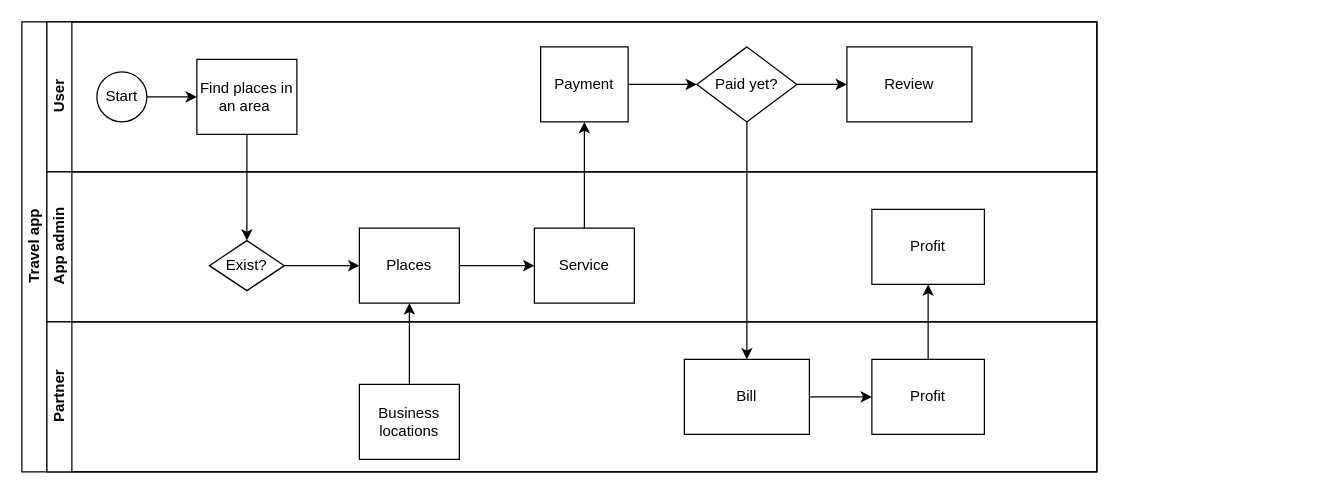
KienKhongMuonCode/PRJ301-MyAssignment keeps this draw.io diagram as MyProject/Untitled Diagram.drawio. Above is the earlier version. Source tidied: cells renumbered, new cells numbered last; positions are measured from the earlier drawing's top-left corner, leaving out a move shared by most shapes. Both pictures are drawn from the tidied source at 125%, with x=0, y=0 at pixel (21, 21).
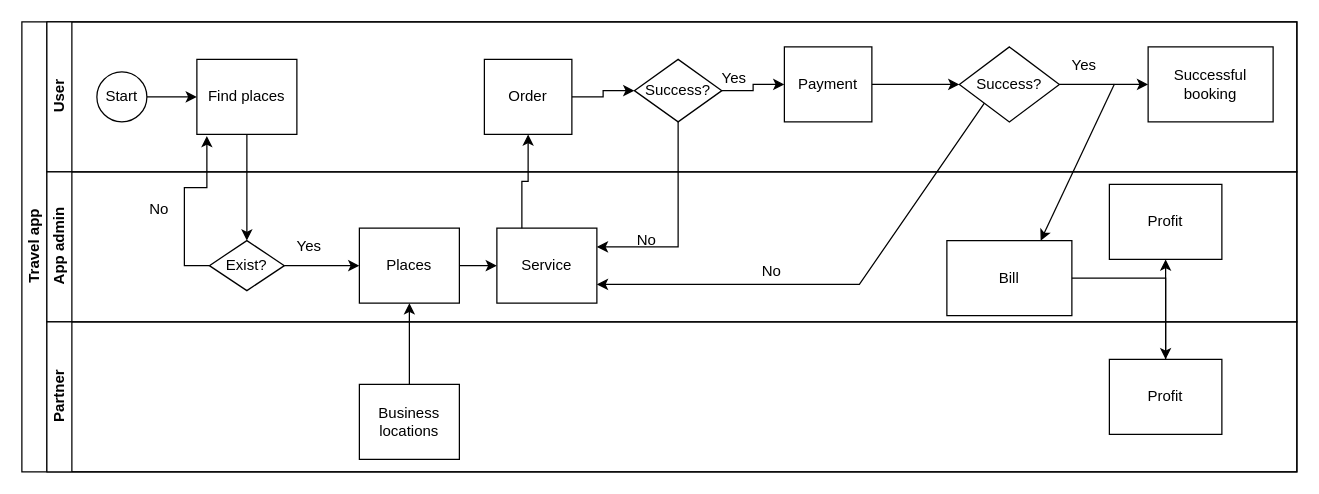
The same diagram, later.

Unchanged cells that the change refers to:
```xml
<mxCell id="19" value="Exist?" style="rhombus;whiteSpace=wrap;html=1;" parent="14" vertex="1">
  <mxGeometry x="130" y="55" width="60" height="40" as="geometry" />
</mxCell>
```

Diff of the diagram source:
```diff
@@
     <mxCell id="2" value="Travel app" style="swimlane;html=1;horizontal=0;startSize=20;" parent="1" vertex="1">
-      <mxGeometry width="860" height="360" as="geometry" />
+      <mxGeometry width="1020" height="360" as="geometry" />
     </mxCell>
     <mxCell id="3" value="User" style="swimlane;html=1;startSize=20;horizontal=0;" parent="2" vertex="1">
-      <mxGeometry x="20" width="840" height="120" as="geometry" />
+      <mxGeometry x="20" width="1000" height="120" as="geometry" />
     </mxCell>
@@
-    <mxCell id="6" value="Find places in an area&amp;nbsp;" style="rounded=0;whiteSpace=wrap;html=1;fontFamily=Helvetica;fontSize=12;fontColor=#000000;align=center;" parent="3" vertex="1">
+    <mxCell id="6" value="Find places" style="rounded=0;whiteSpace=wrap;html=1;fontFamily=Helvetica;fontSize=12;fontColor=#000000;align=center;" parent="3" vertex="1">
       <mxGeometry x="120" y="30" width="80" height="60" as="geometry" />
     </mxCell>
@@
     <mxCell id="9" value="Payment" style="rounded=0;whiteSpace=wrap;html=1;" parent="3" vertex="1">
-      <mxGeometry x="395" y="20" width="70" height="60" as="geometry" />
+      <mxGeometry x="590" y="20" width="70" height="60" as="geometry" />
     </mxCell>
@@
-    <mxCell id="11" value="Paid yet?" style="rhombus;whiteSpace=wrap;html=1;" parent="3" vertex="1">
-      <mxGeometry x="520" y="20" width="80" height="60" as="geometry" />
+    <mxCell id="11" value="Success?" style="rhombus;whiteSpace=wrap;html=1;" parent="3" vertex="1">
+      <mxGeometry x="730" y="20" width="80" height="60" as="geometry" />
     </mxCell>
-    <mxCell id="12" value="Review" style="rounded=0;whiteSpace=wrap;html=1;" parent="3" vertex="1">
-      <mxGeometry x="640" y="20" width="100" height="60" as="geometry" />
+    <mxCell id="12" value="Successful booking" style="rounded=0;whiteSpace=wrap;html=1;" parent="3" vertex="1">
+      <mxGeometry x="881" y="20" width="100" height="60" as="geometry" />
     </mxCell>
@@
+    <mxCell id="31" style="edgeStyle=orthogonalEdgeStyle;rounded=0;jettySize=auto;html=1;exitX=1;exitY=0.5;exitDx=0;exitDy=0;entryX=0;entryY=0.5;entryDx=0;entryDy=0;" parent="3" edge="1" source="32" target="34">
+      <mxGeometry relative="1" as="geometry" />
+    </mxCell>
+    <mxCell id="32" value="Order" style="rounded=0;whiteSpace=wrap;html=1;" parent="3" vertex="1">
+      <mxGeometry x="350" y="30" width="70" height="60" as="geometry" />
+    </mxCell>
+    <mxCell id="33" style="edgeStyle=orthogonalEdgeStyle;rounded=0;jettySize=auto;html=1;exitX=1;exitY=0.5;exitDx=0;exitDy=0;entryX=0;entryY=0.5;entryDx=0;entryDy=0;" parent="3" edge="1" source="34" target="9">
+      <mxGeometry relative="1" as="geometry" />
+    </mxCell>
+    <mxCell id="34" value="Success?" style="rhombus;whiteSpace=wrap;html=1;" parent="3" vertex="1">
+      <mxGeometry x="470" y="30" width="70" height="50" as="geometry" />
+    </mxCell>
+    <mxCell id="35" value="Yes" style="text;html=1;strokeColor=none;fillColor=none;align=center;verticalAlign=middle;whiteSpace=wrap;rounded=0;" parent="3" vertex="1">
+      <mxGeometry x="520" y="30" width="60" height="30" as="geometry" />
+    </mxCell>
+    <mxCell id="36" value="Yes" style="text;html=1;strokeColor=none;fillColor=none;align=center;verticalAlign=middle;whiteSpace=wrap;rounded=0;" parent="3" vertex="1">
+      <mxGeometry x="800" y="20" width="60" height="30" as="geometry" />
+    </mxCell>
     <mxCell id="14" value="App admin" style="swimlane;html=1;startSize=20;horizontal=0;" parent="2" vertex="1">
-      <mxGeometry x="20" y="120" width="840" height="120" as="geometry" />
+      <mxGeometry x="20" y="120" width="1000" height="120" as="geometry" />
     </mxCell>
@@
     <mxCell id="16" value="Service" style="rounded=0;whiteSpace=wrap;html=1;fontFamily=Helvetica;fontSize=12;fontColor=#000000;align=center;" parent="14" vertex="1">
-      <mxGeometry x="390" y="45" width="80" height="60" as="geometry" />
+      <mxGeometry x="360" y="45" width="80" height="60" as="geometry" />
     </mxCell>
@@
     <mxCell id="20" value="Profit" style="rounded=0;whiteSpace=wrap;html=1;" parent="14" vertex="1">
-      <mxGeometry x="660" y="30" width="90" height="60" as="geometry" />
+      <mxGeometry x="850" y="10" width="90" height="60" as="geometry" />
     </mxCell>
+    <mxCell id="37" value="Yes" style="text;html=1;strokeColor=none;fillColor=none;align=center;verticalAlign=middle;whiteSpace=wrap;rounded=0;" parent="14" vertex="1">
+      <mxGeometry x="180" y="45" width="60" height="30" as="geometry" />
+    </mxCell>
+    <mxCell id="24" value="Bill" style="rounded=0;whiteSpace=wrap;html=1;" parent="14" vertex="1">
+      <mxGeometry x="720" y="55" width="100" height="60" as="geometry" />
+    </mxCell>
+    <mxCell id="38" value="No" style="text;html=1;strokeColor=none;fillColor=none;align=center;verticalAlign=middle;whiteSpace=wrap;rounded=0;" parent="14" vertex="1">
+      <mxGeometry x="60" y="15" width="60" height="30" as="geometry" />
+    </mxCell>
+    <mxCell id="39" value="No" style="text;html=1;strokeColor=none;fillColor=none;align=center;verticalAlign=middle;whiteSpace=wrap;rounded=0;" parent="14" vertex="1">
+      <mxGeometry x="450" y="40" width="60" height="30" as="geometry" />
+    </mxCell>
+    <mxCell id="40" value="No" style="text;html=1;strokeColor=none;fillColor=none;align=center;verticalAlign=middle;whiteSpace=wrap;rounded=0;" parent="14" vertex="1">
+      <mxGeometry x="550" y="65" width="60" height="30" as="geometry" />
+    </mxCell>
     <mxCell id="21" value="Partner" style="swimlane;html=1;startSize=20;horizontal=0;" parent="2" vertex="1">
-      <mxGeometry x="20" y="240" width="840" height="120" as="geometry" />
+      <mxGeometry x="20" y="240" width="1000" height="120" as="geometry" />
     </mxCell>
@@
-    <mxCell id="23" style="edgeStyle=orthogonalEdgeStyle;rounded=0;jettySize=auto;html=1;exitX=1;exitY=0.5;exitDx=0;exitDy=0;" parent="21" edge="1" source="24" target="25">
-      <mxGeometry relative="1" as="geometry" />
-    </mxCell>
-    <mxCell id="24" value="Bill" style="rounded=0;whiteSpace=wrap;html=1;" parent="21" vertex="1">
-      <mxGeometry x="510" y="30" width="100" height="60" as="geometry" />
-    </mxCell>
     <mxCell id="25" value="Profit" style="rounded=0;whiteSpace=wrap;html=1;" parent="21" vertex="1">
-      <mxGeometry x="660" y="30" width="90" height="60" as="geometry" />
+      <mxGeometry x="850" y="30" width="90" height="60" as="geometry" />
     </mxCell>
@@
-    <mxCell id="27" style="edgeStyle=orthogonalEdgeStyle;rounded=0;jettySize=auto;html=1;exitX=0.5;exitY=0;exitDx=0;exitDy=0;entryX=0.5;entryY=1;entryDx=0;entryDy=0;" parent="2" edge="1" source="16" target="9">
-      <mxGeometry relative="1" as="geometry" />
-    </mxCell>
@@
-    <mxCell id="29" style="edgeStyle=orthogonalEdgeStyle;rounded=0;jettySize=auto;html=1;exitX=0.5;exitY=1;exitDx=0;exitDy=0;entryX=0.5;entryY=0;entryDx=0;entryDy=0;" parent="2" edge="1" source="11" target="24">
-      <mxGeometry relative="1" as="geometry" />
-    </mxCell>
@@
+    <mxCell id="23" style="edgeStyle=orthogonalEdgeStyle;rounded=0;jettySize=auto;html=1;exitX=1;exitY=0.5;exitDx=0;exitDy=0;" parent="2" edge="1" source="24" target="25">
+      <mxGeometry relative="1" as="geometry" />
+    </mxCell>
+    <mxCell id="41" style="edgeStyle=orthogonalEdgeStyle;rounded=0;jettySize=auto;html=1;exitX=0;exitY=0.5;exitDx=0;exitDy=0;entryX=0.1;entryY=1.022;entryDx=0;entryDy=0;entryPerimeter=0;" parent="2" edge="1" source="19" target="6">
+      <mxGeometry relative="1" as="geometry" />
+    </mxCell>
+    <mxCell id="42" style="edgeStyle=orthogonalEdgeStyle;rounded=0;jettySize=auto;html=1;exitX=0.25;exitY=0;exitDx=0;exitDy=0;entryX=0.5;entryY=1;entryDx=0;entryDy=0;" parent="2" edge="1" source="16" target="32">
+      <mxGeometry relative="1" as="geometry" />
+    </mxCell>
+    <mxCell id="43" style="edgeStyle=orthogonalEdgeStyle;rounded=0;jettySize=auto;html=1;exitX=0.5;exitY=1;exitDx=0;exitDy=0;entryX=1;entryY=0.25;entryDx=0;entryDy=0;" parent="2" edge="1" source="34" target="16">
+      <mxGeometry relative="1" as="geometry" />
+    </mxCell>
+    <mxCell id="44" style="endArrow=classic;html=1;rounded=0;exitX=0.901;exitY=0.989;exitDx=0;exitDy=0;exitPerimeter=0;entryX=0.75;entryY=0;entryDx=0;entryDy=0;" parent="2" edge="1" source="36" target="24">
+      <mxGeometry relative="1" as="geometry" />
+    </mxCell>
+    <mxCell id="45" style="endArrow=classic;html=1;rounded=0;exitX=0;exitY=1;exitDx=0;exitDy=0;entryX=1;entryY=0.75;entryDx=0;entryDy=0;" parent="2" edge="1" source="11" target="16">
+      <mxGeometry relative="1" as="geometry">
+        <Array as="points">
+          <mxPoint x="670" y="210" />
+        </Array>
+      </mxGeometry>
+    </mxCell>
```
